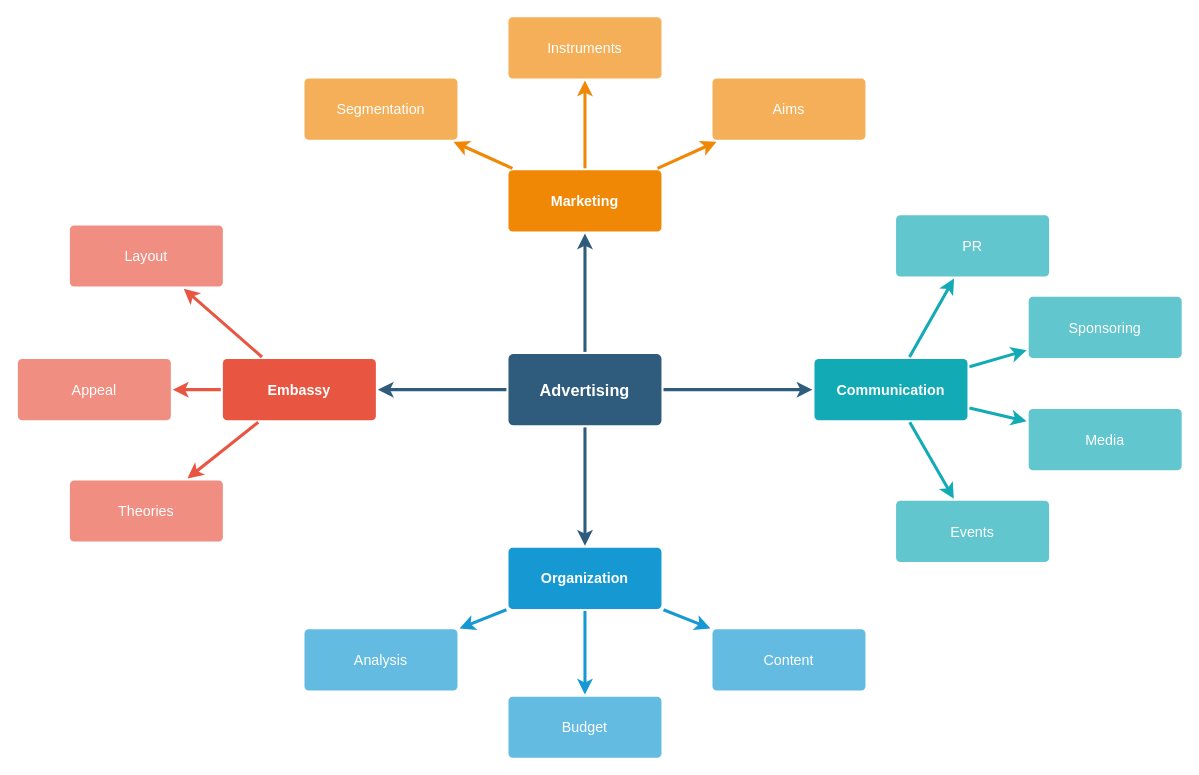
Before: new_bitqi_com.drawio in Observer16/BugReg, a draw.io diagram. Source tidied: cells renumbered, new cells numbered last; positions are measured from the earlier drawing's top-left corner, leaving out a move shared by most shapes. Both pictures are drawn from the tidied source at 102%, with x=0, y=0 at pixel (17, 16).
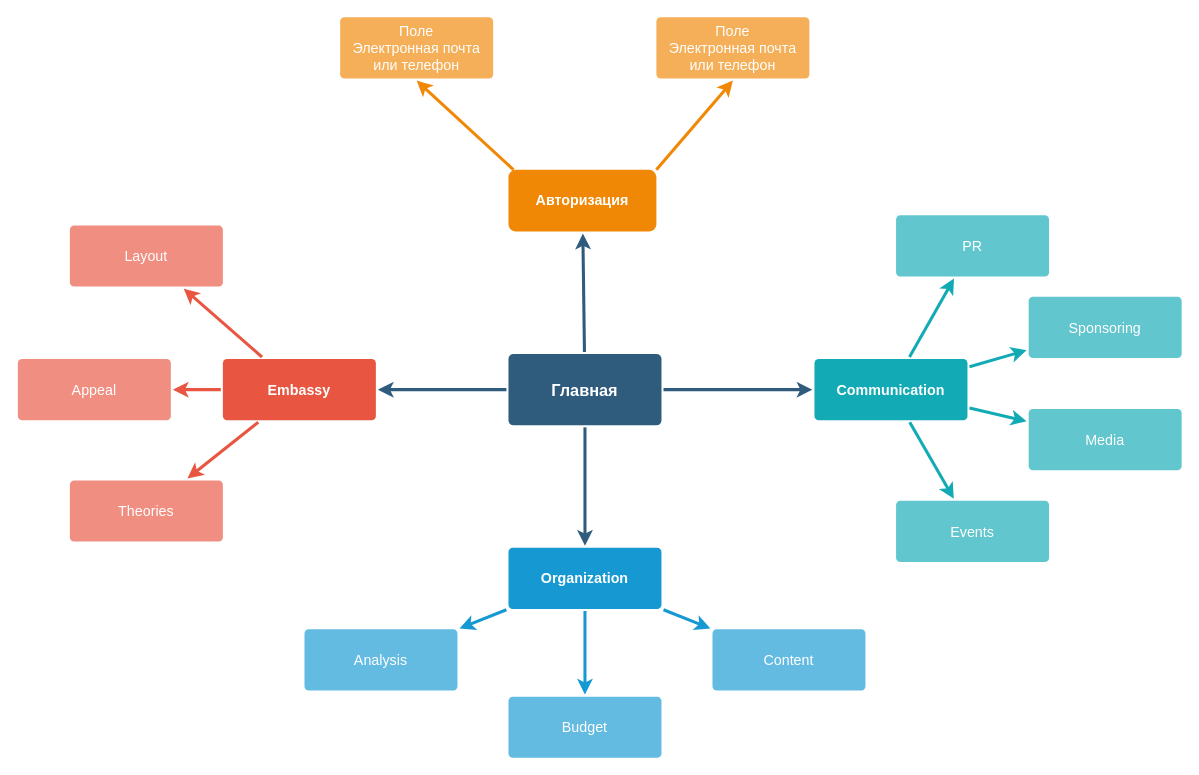
The same page after the edit.

Change to the diagram source:
```diff
@@
-    <mxCell id="6" value="Advertising" style="rounded=1;whiteSpace=wrap;html=1;shadow=0;labelBackgroundColor=none;strokeColor=none;strokeWidth=3;fillColor=#2F5B7C;fontFamily=Helvetica;fontSize=16;fontColor=#FFFFFF;align=center;fontStyle=1;spacing=5;arcSize=7;perimeterSpacing=2;" parent="1" vertex="1">
+    <mxCell id="6" value="Главная" style="rounded=1;whiteSpace=wrap;html=1;shadow=0;labelBackgroundColor=none;strokeColor=none;strokeWidth=3;fillColor=#2F5B7C;fontFamily=Helvetica;fontSize=16;fontColor=#FFFFFF;align=center;fontStyle=1;spacing=5;arcSize=7;perimeterSpacing=2;" parent="1" vertex="1">
       <mxGeometry x="481" y="330.5" width="150" height="70" as="geometry" />
     </mxCell>
@@
-    <mxCell id="21" value="Marketing" style="rounded=1;whiteSpace=wrap;html=1;shadow=0;labelBackgroundColor=none;strokeColor=none;strokeWidth=3;fillColor=#F08705;fontFamily=Helvetica;fontSize=14;fontColor=#FFFFFF;align=center;spacing=5;fontStyle=1;arcSize=7;perimeterSpacing=2;" parent="1" vertex="1">
-      <mxGeometry x="481" y="150.5" width="150" height="60" as="geometry" />
+    <mxCell id="21" value="Авторизация" style="rounded=1;whiteSpace=wrap;html=1;shadow=0;labelBackgroundColor=none;strokeColor=none;strokeWidth=3;fillColor=#F08705;fontFamily=Helvetica;fontSize=14;fontColor=#FFFFFF;align=center;spacing=5;fontStyle=1;arcSize=12;perimeterSpacing=2;" parent="1" vertex="1">
+      <mxGeometry x="481" y="150" width="145" height="60.5" as="geometry" />
     </mxCell>
-    <mxCell id="22" value="Aims&lt;br&gt;" style="rounded=1;whiteSpace=wrap;html=1;shadow=0;labelBackgroundColor=none;strokeColor=none;strokeWidth=3;fillColor=#f5af58;fontFamily=Helvetica;fontSize=14;fontColor=#FFFFFF;align=center;spacing=5;arcSize=7;perimeterSpacing=2;" parent="1" vertex="1">
-      <mxGeometry x="681" y="60.5" width="150" height="60" as="geometry" />
-    </mxCell>
-    <mxCell id="23" style="edgeStyle=none;rounded=0;jumpStyle=none;html=1;shadow=0;labelBackgroundColor=none;startArrow=none;startFill=0;endArrow=classic;endFill=1;jettySize=auto;strokeColor=#F08705;strokeWidth=3;fontFamily=Helvetica;fontSize=14;fontColor=#FFFFFF;spacing=5;" parent="1" edge="1" source="21" target="22">
-      <mxGeometry relative="1" as="geometry" />
-    </mxCell>
-    <mxCell id="24" value="Instruments" style="rounded=1;whiteSpace=wrap;html=1;shadow=0;labelBackgroundColor=none;strokeColor=none;strokeWidth=3;fillColor=#f5af58;fontFamily=Helvetica;fontSize=14;fontColor=#FFFFFF;align=center;spacing=5;arcSize=7;perimeterSpacing=2;" parent="1" vertex="1">
-      <mxGeometry x="481" y="0.5" width="150" height="60" as="geometry" />
+    <mxCell id="24" value="Поле&lt;br&gt;Электронная почта или телефон" style="rounded=1;whiteSpace=wrap;html=1;shadow=0;labelBackgroundColor=none;strokeColor=none;strokeWidth=3;fillColor=#f5af58;fontFamily=Helvetica;fontSize=14;fontColor=#FFFFFF;align=center;spacing=5;arcSize=7;perimeterSpacing=2;" parent="1" vertex="1">
+      <mxGeometry x="316" y="0.5" width="150" height="60" as="geometry" />
     </mxCell>
-    <mxCell id="25" style="edgeStyle=none;rounded=0;jumpStyle=none;html=1;shadow=0;labelBackgroundColor=none;startArrow=none;startFill=0;endArrow=classic;endFill=1;jettySize=auto;strokeColor=#F08705;strokeWidth=3;fontFamily=Helvetica;fontSize=14;fontColor=#FFFFFF;spacing=5;" parent="1" edge="1" source="21" target="24">
-      <mxGeometry relative="1" as="geometry" />
+    <mxCell id="25" style="edgeStyle=none;rounded=0;jumpStyle=none;html=1;shadow=0;labelBackgroundColor=none;startArrow=none;startFill=0;endArrow=classic;endFill=1;jettySize=auto;strokeColor=#F08705;strokeWidth=3;fontFamily=Helvetica;fontSize=14;fontColor=#FFFFFF;spacing=5;entryX=0.5;entryY=1;entryDx=0;entryDy=0;" parent="1" edge="1" target="24">
+      <mxGeometry relative="1" as="geometry">
+        <mxPoint x="486" y="150" as="sourcePoint" />
+      </mxGeometry>
     </mxCell>
-    <mxCell id="26" value="Segmentation" style="rounded=1;whiteSpace=wrap;html=1;shadow=0;labelBackgroundColor=none;strokeColor=none;strokeWidth=3;fillColor=#f5af58;fontFamily=Helvetica;fontSize=14;fontColor=#FFFFFF;align=center;spacing=5;arcSize=7;perimeterSpacing=2;" parent="1" vertex="1">
-      <mxGeometry x="281" y="60.5" width="150" height="60" as="geometry" />
-    </mxCell>
-    <mxCell id="27" style="edgeStyle=none;rounded=0;jumpStyle=none;html=1;shadow=0;labelBackgroundColor=none;startArrow=none;startFill=0;endArrow=classic;endFill=1;jettySize=auto;strokeColor=#F08705;strokeWidth=3;fontFamily=Helvetica;fontSize=14;fontColor=#FFFFFF;spacing=5;" parent="1" edge="1" source="21" target="26">
-      <mxGeometry relative="1" as="geometry" />
-    </mxCell>
@@
+    <mxCell id="37" value="Поле&lt;br&gt;Электронная почта или телефон" style="rounded=1;whiteSpace=wrap;html=1;shadow=0;labelBackgroundColor=none;strokeColor=none;strokeWidth=3;fillColor=#f5af58;fontFamily=Helvetica;fontSize=14;fontColor=#FFFFFF;align=center;spacing=5;arcSize=7;perimeterSpacing=2;" parent="1" vertex="1">
+      <mxGeometry x="626" y="0.5" width="150" height="60" as="geometry" />
+    </mxCell>
+    <mxCell id="38" style="edgeStyle=none;rounded=0;jumpStyle=none;html=1;shadow=0;labelBackgroundColor=none;startArrow=none;startFill=0;endArrow=classic;endFill=1;jettySize=auto;strokeColor=#F08705;strokeWidth=3;fontFamily=Helvetica;fontSize=14;fontColor=#FFFFFF;spacing=5;entryX=0.5;entryY=1;entryDx=0;entryDy=0;" parent="1" edge="1" target="37">
+      <mxGeometry relative="1" as="geometry">
+        <mxPoint x="626" y="150" as="sourcePoint" />
+      </mxGeometry>
+    </mxCell>
```
